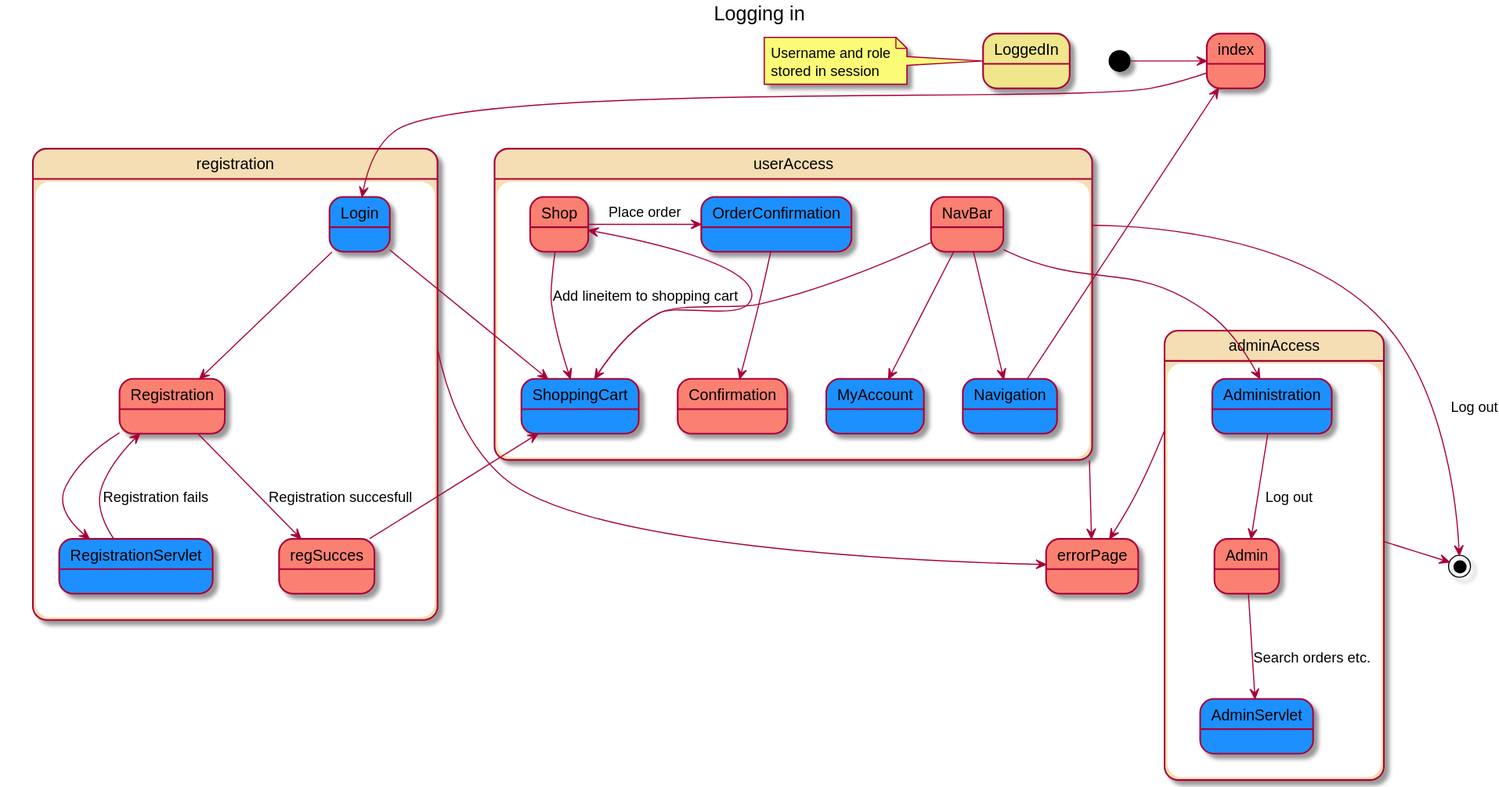
Earlier version of the PlantUML export Diagrams/State.svg (DATboiss/CupcakeWebshop).
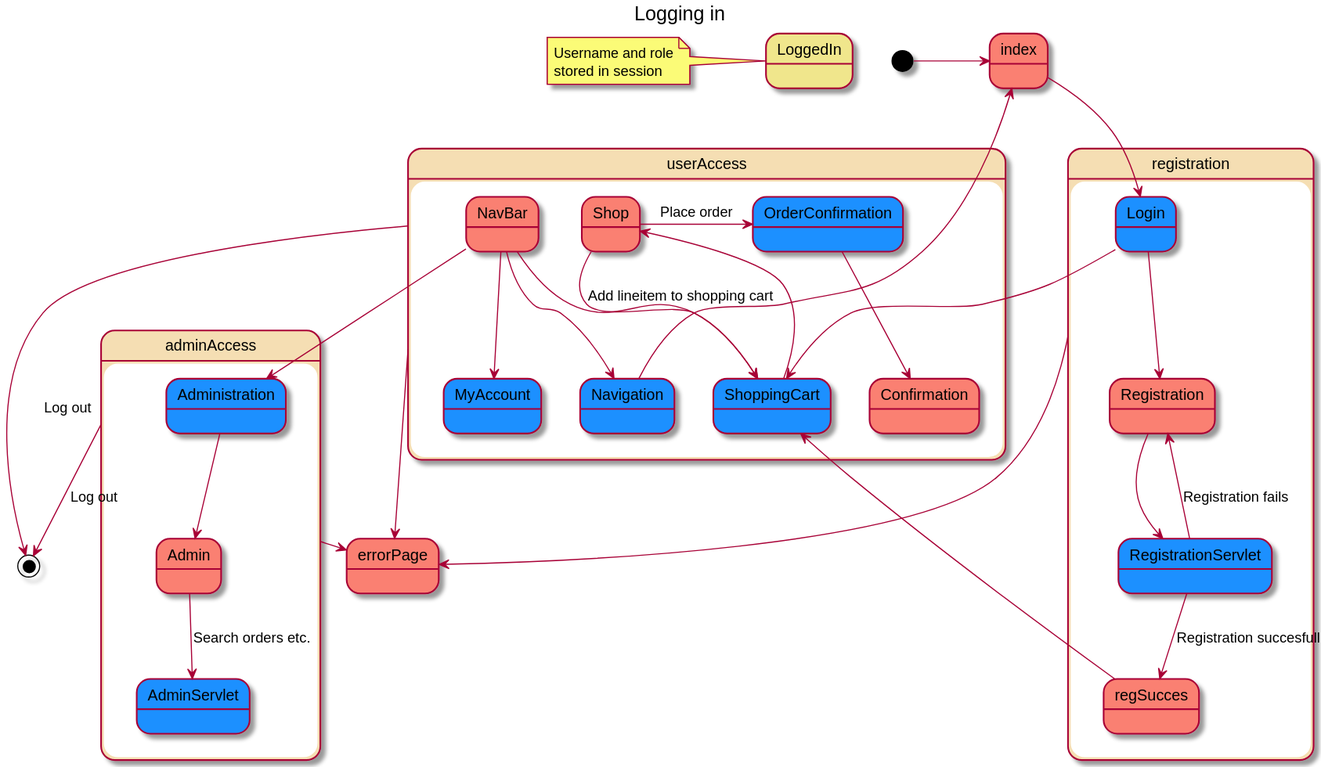
Above is the later version.

Commit message:
Saved the state diagram to svg and png in Diagram folder

What changed in the source:
```diff
@@ -16,7 +16,7 @@
 Login --> Registration #Salmon
 Registration --> RegistrationServlet #DodgerBlue
 RegistrationServlet --> Registration : Registration fails
-Registration --> regSucces #Salmon  : Registration succesfull
+RegistrationServlet --> regSucces #Salmon  : Registration succesfull
 }
 
 state userAccess #Wheat {
```
